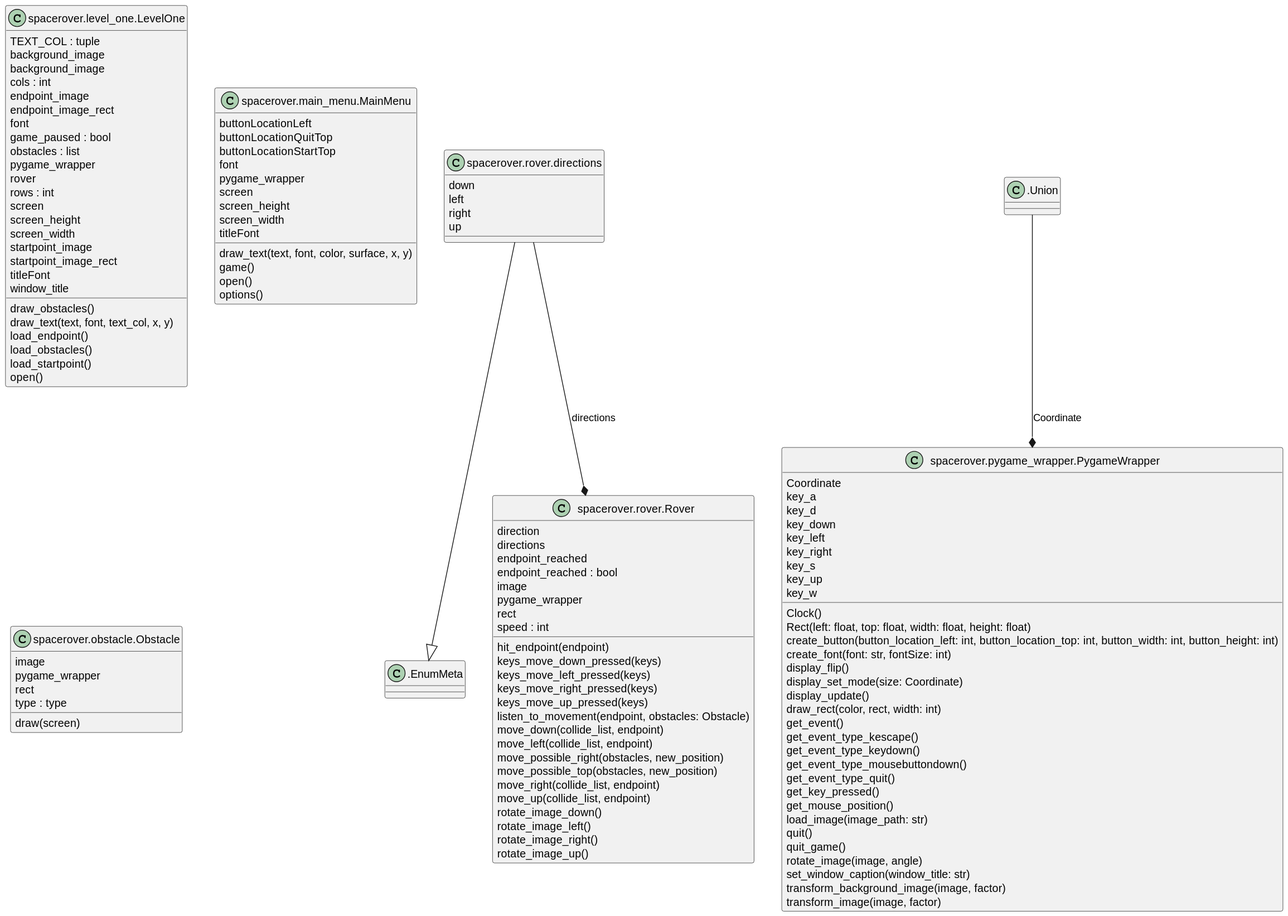
Above: images/classes.svg in teko-L-TIN-22-Di-a/rover (PlantUML), before the change. Its diagram source:
```plantuml
@startuml classes
set namespaceSeparator none
class ".EnumMeta" as .EnumMeta {
}
class ".Union" as .Union {
}
class "spacerover.level_one.LevelOne" as spacerover.level_one.LevelOne {
  TEXT_COL : tuple
  background_image
  background_image
  cols : int
  endpoint_image
  endpoint_image_rect
  font
  game_paused : bool
  obstacles : list
  pygame_wrapper
  rover
  rows : int
  screen
  screen_height
  screen_width
  startpoint_image
  startpoint_image_rect
  titleFont
  window_title
  draw_obstacles()
  draw_text(text, font, text_col, x, y)
  load_endpoint()
  load_obstacles()
  load_startpoint()
  open()
}
class "spacerover.main_menu.MainMenu" as spacerover.main_menu.MainMenu {
  buttonLocationLeft
  buttonLocationQuitTop
  buttonLocationStartTop
  font
  pygame_wrapper
  screen
  screen_height
  screen_width
  titleFont
  draw_text(text, font, color, surface, x, y)
  game()
  open()
  options()
}
class "spacerover.obstacle.Obstacle" as spacerover.obstacle.Obstacle {
  image
  pygame_wrapper
  rect
  type : type
  draw(screen)
}
class "spacerover.pygame_wrapper.PygameWrapper" as spacerover.pygame_wrapper.PygameWrapper {
  Coordinate
  key_a
  key_d
  key_down
  key_left
  key_right
  key_s
  key_up
  key_w
  Clock()
  Rect(left: float, top: float, width: float, height: float)
  create_button(button_location_left: int, button_location_top: int, button_width: int, button_height: int)
  create_font(font: str, fontSize: int)
  display_flip()
  display_set_mode(size: Coordinate)
  display_update()
  draw_rect(color, rect, width: int)
  get_event()
  get_event_type_kescape()
  get_event_type_keydown()
  get_event_type_mousebuttondown()
  get_event_type_quit()
  get_key_pressed()
  get_mouse_position()
  load_image(image_path: str)
  quit()
  quit_game()
  rotate_image(image, angle)
  set_window_caption(window_title: str)
  transform_background_image(image, factor)
  transform_image(image, factor)
}
class "spacerover.rover.Rover" as spacerover.rover.Rover {
  direction
  directions
  endpoint_reached
  endpoint_reached : bool
  image
  pygame_wrapper
  rect
  speed : int
  hit_endpoint(endpoint)
  keys_move_down_pressed(keys)
  keys_move_left_pressed(keys)
  keys_move_right_pressed(keys)
  keys_move_up_pressed(keys)
  listen_to_movement(endpoint, obstacles: Obstacle)
  move_down(collide_list, endpoint)
  move_left(collide_list, endpoint)
  move_possible_right(obstacles, new_position)
  move_possible_top(obstacles, new_position)
  move_right(collide_list, endpoint)
  move_up(collide_list, endpoint)
  rotate_image_down()
  rotate_image_left()
  rotate_image_right()
  rotate_image_up()
}
class "spacerover.rover.directions" as spacerover.rover.Rover.directions {
  down
  left
  right
  up
}
spacerover.rover.Rover.directions --|> .EnumMeta
.Union --* spacerover.pygame_wrapper.PygameWrapper : Coordinate
spacerover.rover.Rover.directions --* spacerover.rover.Rover : directions
@enduml
```
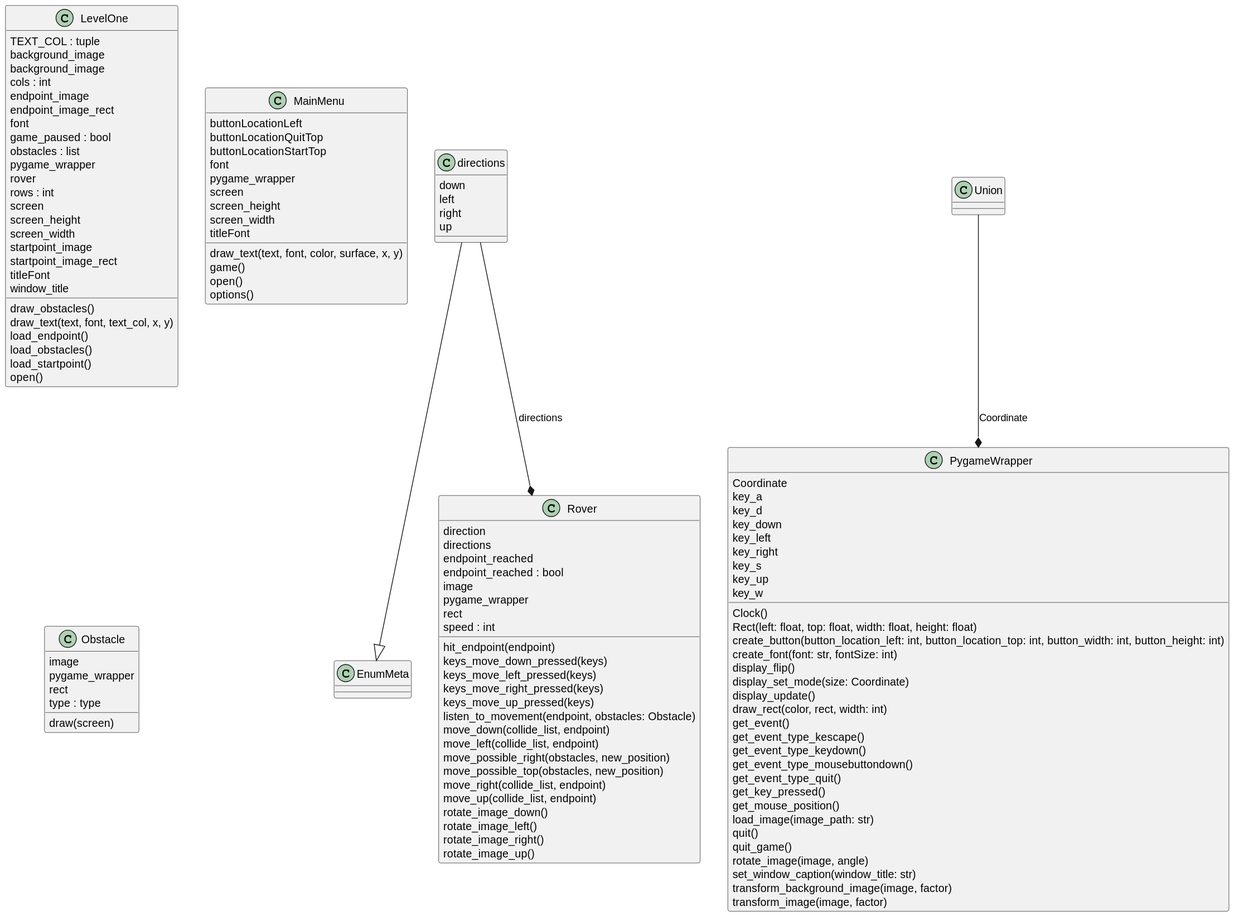
After the commit.

The edit, as a diff of the source:
```diff
@@ -1,10 +1,8 @@
 @startuml classes
 set namespaceSeparator none
-class ".EnumMeta" as .EnumMeta {
+class "EnumMeta" as .EnumMeta {
 }
-class ".Union" as .Union {
-}
-class "spacerover.level_one.LevelOne" as spacerover.level_one.LevelOne {
+class "LevelOne" as spacerover.level_one.LevelOne {
   TEXT_COL : tuple
   background_image
   background_image
@@ -31,7 +29,7 @@
   load_startpoint()
   open()
 }
-class "spacerover.main_menu.MainMenu" as spacerover.main_menu.MainMenu {
+class "MainMenu" as spacerover.main_menu.MainMenu {
   buttonLocationLeft
   buttonLocationQuitTop
   buttonLocationStartTop
@@ -46,14 +44,14 @@
   open()
   options()
 }
-class "spacerover.obstacle.Obstacle" as spacerover.obstacle.Obstacle {
+class "Obstacle" as spacerover.obstacle.Obstacle {
   image
   pygame_wrapper
   rect
   type : type
   draw(screen)
 }
-class "spacerover.pygame_wrapper.PygameWrapper" as spacerover.pygame_wrapper.PygameWrapper {
+class "PygameWrapper" as spacerover.pygame_wrapper.PygameWrapper {
   Coordinate
   key_a
   key_d
@@ -86,7 +84,7 @@
   transform_background_image(image, factor)
   transform_image(image, factor)
 }
-class "spacerover.rover.Rover" as spacerover.rover.Rover {
+class "Rover" as spacerover.rover.Rover {
   direction
   directions
   endpoint_reached
@@ -112,7 +110,9 @@
   rotate_image_right()
   rotate_image_up()
 }
-class "spacerover.rover.directions" as spacerover.rover.Rover.directions {
+class "Union" as .Union {
+}
+class "directions" as spacerover.rover.Rover.directions {
   down
   left
   right
```
